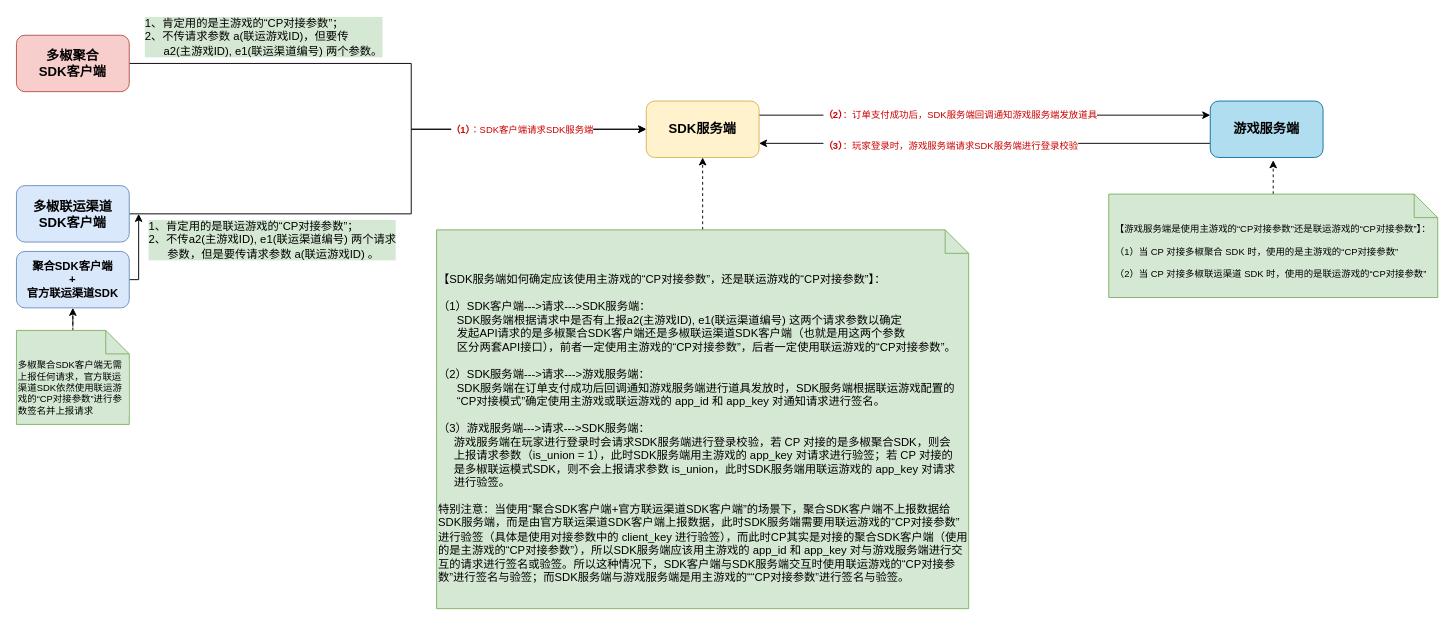
Earlier version of the draw.io diagram page "区分主游戏和联运游戏的“CP对接参数”" (6 of 6) of 聚合SDK架构.drawio (SparkLee/draw-io). Source tidied: cells renumbered, new cells numbered last; positions are measured from the earlier drawing's top-left corner, leaving out a move shared by most shapes. Both pictures are drawn from the tidied source at 94%, with x=0, y=0 at pixel (16, 35).
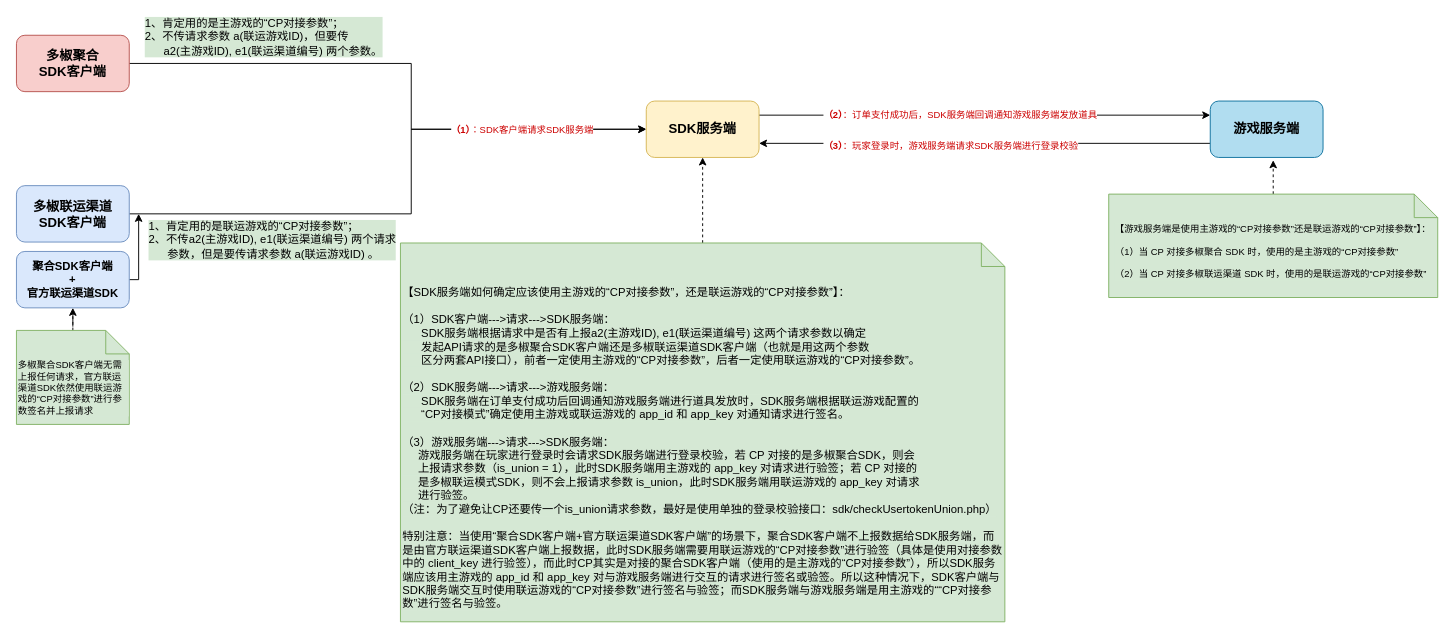
The same page after the edit.

Diff of the diagram source:
```diff
@@
-    <mxCell id="16" value="&lt;br&gt;【SDK服务端如何确定应该使用主游戏的“CP对接参数”，还是联运游戏的“CP对接参数”】：&lt;br&gt;&lt;br&gt;（1）SDK客户端---&amp;gt;请求---&amp;gt;SDK服务端：&lt;br&gt;&amp;nbsp; &amp;nbsp; &amp;nbsp; SDK服务端根据请求中是否有上报&lt;span style=&quot;background-color: rgb(213, 232, 212);&quot;&gt;a2(主游戏ID), e1(联运渠道编号) 这两个请求&lt;/span&gt;&lt;span style=&quot;background-color: rgb(213, 232, 212);&quot;&gt;参数以确定&lt;br&gt;&amp;nbsp; &amp;nbsp; &amp;nbsp; 发起API请求的是多椒聚合SDK客户端还是多椒联运渠道SDK客户端（也就是用这两个参数&lt;br&gt;&amp;nbsp; &amp;nbsp; &amp;nbsp; 区分两套API接口），前者一定使用主游戏的&lt;/span&gt;“CP对接参数”，后者一定使用联运游戏的“CP对接参数”。&lt;br&gt;&lt;span style=&quot;background-color: rgb(213, 232, 212);&quot;&gt;&lt;br&gt;（2）SDK服务端---&amp;gt;请求---&amp;gt;游戏服务端：&lt;br&gt;&amp;nbsp; &amp;nbsp; &amp;nbsp; SDK服务端在订单支付成功后回调通知游戏服务端进行道具发放时，SDK服务端根据联运游戏配置的&lt;br&gt;&amp;nbsp; &amp;nbsp; &amp;nbsp; “CP对接模式”确定使用主游戏或联运游戏的 app_id 和 app_key 对通知请求进行签名。&lt;br&gt;&lt;br&gt;（3）游戏服务端---&amp;gt;请求---&amp;gt;SDK服务端：&lt;br&gt;&amp;nbsp; &amp;nbsp; &amp;nbsp;游戏服务端在玩家进行登录时会请求SDK服务端进行登录校验，若 CP 对接的是多椒聚合SDK，则会&lt;br&gt;&amp;nbsp; &amp;nbsp; &amp;nbsp;上报请求参数（is_union = 1），此时SDK服务端用主游戏的 app_key 对请求进行验签；若 CP 对接的&lt;br&gt;&amp;nbsp; &amp;nbsp; &amp;nbsp;是多椒联运模式SDK，则不会上报请求参数 is_union，此时SDK服务端用联运游戏的 app_key 对请求&lt;br&gt;&amp;nbsp; &amp;nbsp; &amp;nbsp;进行验签。&lt;br&gt;&lt;br&gt;特别注意：当使用“聚合SDK客户端+官方联运渠道SDK客户端”的场景下，聚合SDK客户端不上报数据给SDK服务端，而是由官方联运渠道SDK客户端上报数据，此时SDK服务端需要用联运游戏的“CP对接参数”进行验签（具体是使用对接参数中的 client_key 进行验签），而此时CP其实是对接的聚合SDK客户端（使用的是主游戏的“CP对接参数”），所以SDK服务端应该用主游戏的 app_id 和 app_key 对与游戏服务端进行交互的请求进行签名或验签。所以这种情况下，SDK客户端与SDK服务端交互时使用联运游戏的&lt;/span&gt;&lt;span style=&quot;background-color: rgb(213, 232, 212);&quot;&gt;“CP对接参数”进行签名与验签；而SDK服务端与游戏服务端是用主游戏的“&lt;/span&gt;&lt;span style=&quot;background-color: rgb(213, 232, 212);&quot;&gt;“CP对接参数”&lt;/span&gt;&lt;span style=&quot;background-color: rgb(213, 232, 212);&quot;&gt;进行签名与验签。&lt;/span&gt;&lt;span style=&quot;background-color: rgb(213, 232, 212);&quot;&gt;&lt;br&gt;&lt;/span&gt;" style="shape=note2;boundedLbl=1;whiteSpace=wrap;html=1;size=25;verticalAlign=top;align=left;labelBackgroundColor=none;fontSize=12;fillColor=#d5e8d4;strokeColor=#82b366;" parent="1" vertex="1">
-      <mxGeometry x="447" y="207" width="566" height="403" as="geometry" />
+    <mxCell id="16" value="&lt;br&gt;【SDK服务端如何确定应该使用主游戏的“CP对接参数”，还是联运游戏的“CP对接参数”】：&lt;br&gt;&lt;br&gt;（1）SDK客户端---&amp;gt;请求---&amp;gt;SDK服务端：&lt;br&gt;&amp;nbsp; &amp;nbsp; &amp;nbsp; SDK服务端根据请求中是否有上报&lt;span style=&quot;background-color: rgb(213, 232, 212);&quot;&gt;a2(主游戏ID), e1(联运渠道编号) 这两个请求&lt;/span&gt;&lt;span style=&quot;background-color: rgb(213, 232, 212);&quot;&gt;参数以确定&lt;br&gt;&amp;nbsp; &amp;nbsp; &amp;nbsp; 发起API请求的是多椒聚合SDK客户端还是多椒联运渠道SDK客户端（也就是用这两个参数&lt;br&gt;&amp;nbsp; &amp;nbsp; &amp;nbsp; 区分两套API接口），前者一定使用主游戏的&lt;/span&gt;“CP对接参数”，后者一定使用联运游戏的“CP对接参数”。&lt;br&gt;&lt;span style=&quot;background-color: rgb(213, 232, 212);&quot;&gt;&lt;br&gt;（2）SDK服务端---&amp;gt;请求---&amp;gt;游戏服务端：&lt;br&gt;&amp;nbsp; &amp;nbsp; &amp;nbsp; SDK服务端在订单支付成功后回调通知游戏服务端进行道具发放时，SDK服务端根据联运游戏配置的&lt;br&gt;&amp;nbsp; &amp;nbsp; &amp;nbsp; “CP对接模式”确定使用主游戏或联运游戏的 app_id 和 app_key 对通知请求进行签名。&lt;br&gt;&lt;br&gt;（3）游戏服务端---&amp;gt;请求---&amp;gt;SDK服务端：&lt;br&gt;&amp;nbsp; &amp;nbsp; &amp;nbsp;游戏服务端在玩家进行登录时会请求SDK服务端进行登录校验，若 CP 对接的是多椒聚合SDK，则会&lt;br&gt;&amp;nbsp; &amp;nbsp; &amp;nbsp;上报请求参数（is_union = 1），此时SDK服务端用主游戏的 app_key 对请求进行验签；若 CP 对接的&lt;br&gt;&amp;nbsp; &amp;nbsp; &amp;nbsp;是多椒联运模式SDK，则不会上报请求参数 is_union，此时SDK服务端用联运游戏的 app_key 对请求&lt;br&gt;&amp;nbsp; &amp;nbsp; &amp;nbsp;进行验签。&lt;br&gt;（注：为了避免让CP还要传一个is_union请求参数，最好是使用单独的登录校验接口：sdk/checkUsertokenUnion.php）&lt;br&gt;&lt;br&gt;特别注意：当使用“聚合SDK客户端+官方联运渠道SDK客户端”的场景下，聚合SDK客户端不上报数据给SDK服务端，而是由官方联运渠道SDK客户端上报数据，此时SDK服务端需要用联运游戏的“CP对接参数”进行验签（具体是使用对接参数中的 client_key 进行验签），而此时CP其实是对接的聚合SDK客户端（使用的是主游戏的“CP对接参数”），所以SDK服务端应该用主游戏的 app_id 和 app_key 对与游戏服务端进行交互的请求进行签名或验签。所以这种情况下，SDK客户端与SDK服务端交互时使用联运游戏的&lt;/span&gt;&lt;span style=&quot;background-color: rgb(213, 232, 212);&quot;&gt;“CP对接参数”进行签名与验签；而SDK服务端与游戏服务端是用主游戏的“&lt;/span&gt;&lt;span style=&quot;background-color: rgb(213, 232, 212);&quot;&gt;“CP对接参数”&lt;/span&gt;&lt;span style=&quot;background-color: rgb(213, 232, 212);&quot;&gt;进行签名与验签。&lt;/span&gt;&lt;span style=&quot;background-color: rgb(213, 232, 212);&quot;&gt;&lt;br&gt;&lt;/span&gt;" style="shape=note2;boundedLbl=1;whiteSpace=wrap;html=1;size=25;verticalAlign=top;align=left;labelBackgroundColor=none;fontSize=12;fillColor=#d5e8d4;strokeColor=#82b366;" parent="1" vertex="1">
+      <mxGeometry x="408.5" y="221" width="643" height="403" as="geometry" />
     </mxCell>
```
